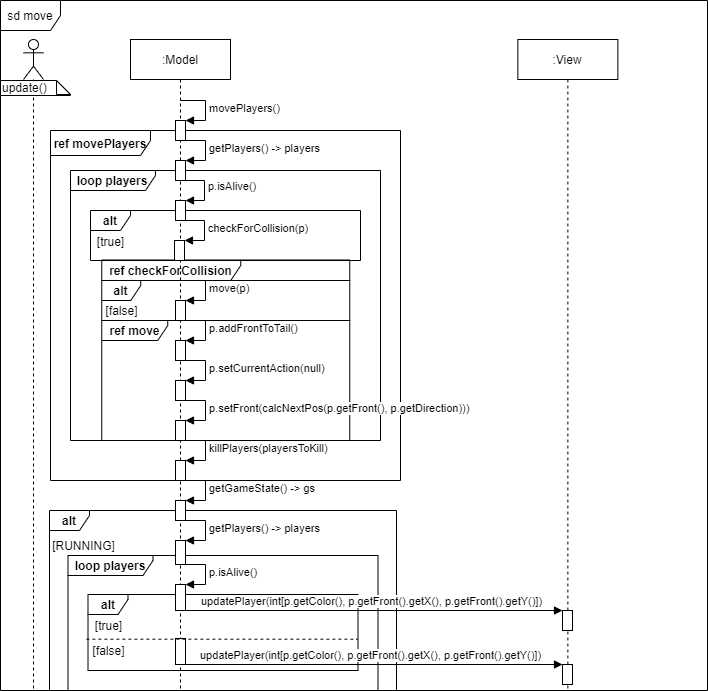
This is Doku/images/SD_UC4aMove.png from KjellooMelloo/gameoftrons, a draw.io export, as it was before one commit. Source tidied: cells renumbered, new cells last; positions are measured from the earlier drawing's top-left corner, leaving out a move shared by most shapes.
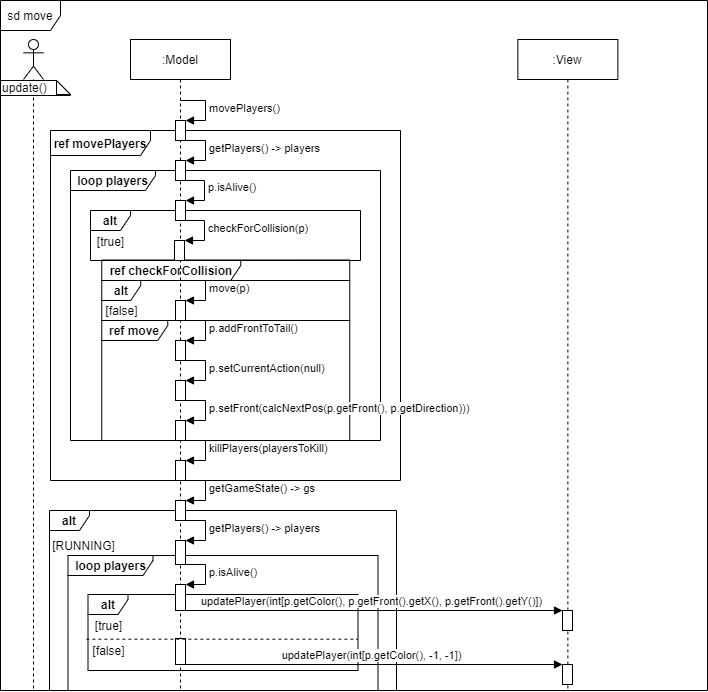
After the change.

The edit, as a diff of the source:
```diff
@@ -206,7 +206,7 @@
     <mxCell id="49" value="[false]" style="text;html=1;align=center;verticalAlign=middle;" parent="1" vertex="1">
       <mxGeometry x="82.5" y="640" width="50" height="20" as="geometry" />
     </mxCell>
-    <mxCell id="50" value="updatePlayer(int[p.getColor(), p.getFront().getX(), p.getFront().getY()])" style="html=1;verticalAlign=bottom;endArrow=block;entryX=0;entryY=0;" parent="1" edge="1" target="43">
+    <mxCell id="50" value="updatePlayer(int[p.getColor(), -1, -1])" style="html=1;verticalAlign=bottom;endArrow=block;entryX=0;entryY=0;" parent="1" edge="1" target="43">
       <mxGeometry relative="1" as="geometry">
         <mxPoint x="179" y="664" as="sourcePoint" />
       </mxGeometry>
```
